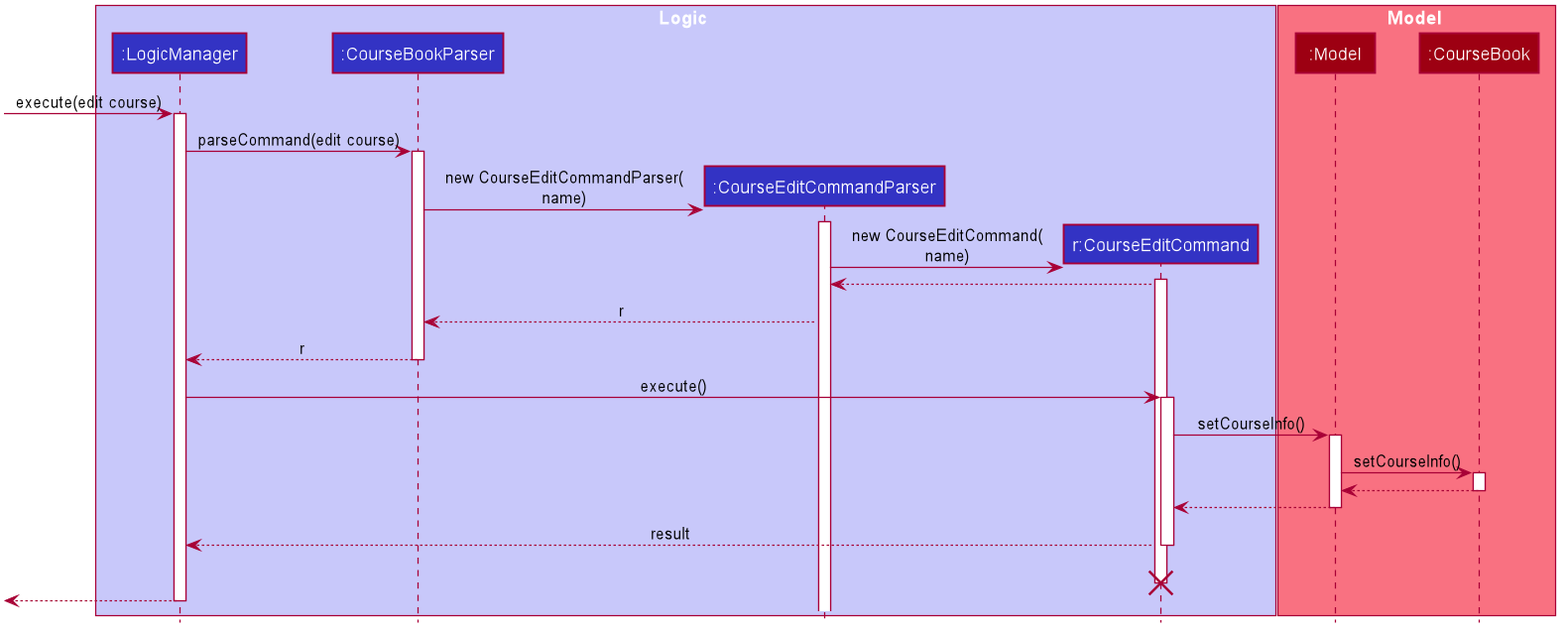
This is images/developer-guide/CourseEditSequenceDiagram.png from AY1920S2-CS2103T-F09-3/main, a PlantUML export, as it was before one commit. Source of this version:
```plantuml
@startuml









skinparam BackgroundColor #FFFFFFF

skinparam Shadowing false

skinparam Class {
    FontColor #FFFFFF
    BorderThickness 1
    BorderColor #FFFFFF
    StereotypeFontColor #FFFFFF
    FontName Arial
}

skinparam Actor {
    BorderColor #000000
    Color #000000
    FontName Arial
}

skinparam Sequence {
    MessageAlign center
    BoxFontSize 15
    BoxPadding 0
    BoxFontColor #FFFFFF
    FontName Arial
}

skinparam Participant {
    FontColor #FFFFFFF
    Padding 20
}

skinparam MinClassWidth 50
skinparam ParticipantPadding 10
skinparam Shadowing false
skinparam DefaultTextAlignment center
skinparam packageStyle Rectangle

hide footbox
hide members
hide circle

box Logic #C8C8FA
participant ":LogicManager" as LogicManager #3333C4
participant ":CourseBookParser" as CourseBookParser #3333C4
participant ":CourseEditCommandParser" as CourseEditCommandParser #3333C4
participant "r:CourseEditCommand" as CourseEditCommand #3333C4
end box

box Model #F97181
participant ":Model" as Model #9D0012
participant ":CourseBook" as CourseBook #9D0012
end box

[-> LogicManager : execute(edit course)
activate LogicManager

LogicManager -> CourseBookParser : parseCommand(edit course)
activate CourseBookParser

create CourseEditCommandParser
CourseBookParser -> CourseEditCommandParser : new CourseEditCommandParser(\nname)
activate CourseEditCommandParser

create CourseEditCommand
CourseEditCommandParser -> CourseEditCommand : new CourseEditCommand(\nname)
activate CourseEditCommand

CourseEditCommand --> CourseEditCommandParser
CourseEditCommandParser --> CourseBookParser : r

CourseBookParser --> LogicManager : r
deactivate CourseBookParser

LogicManager -> CourseEditCommand : execute()
activate CourseEditCommand

CourseEditCommand -> Model : setCourseInfo()
activate Model

Model -> CourseBook : setCourseInfo()
activate CourseBook

CourseBook --> Model
deactivate CourseBook

Model --> CourseEditCommand
deactivate Model

CourseEditCommand --> LogicManager : result
deactivate CourseEditCommand
CourseEditCommand -[hidden]-> LogicManager : result
destroy CourseEditCommand

[<--LogicManager
deactivate LogicManager
@enduml
```
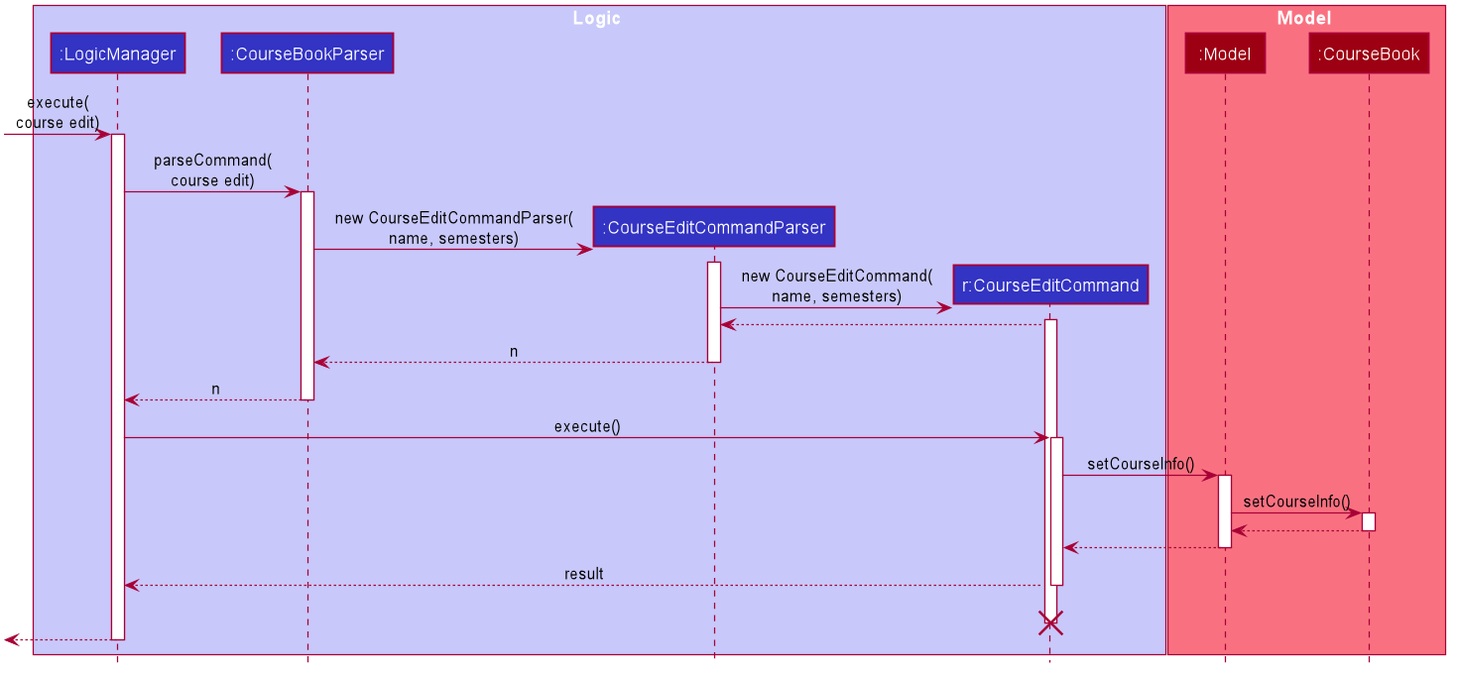
The same file after the commit.

What changed in the source:
```diff
@@ -1,4 +1,5 @@
 @startuml
+
 
 
 
@@ -61,24 +62,25 @@
 participant ":CourseBook" as CourseBook #9D0012
 end box
 
-[-> LogicManager : execute(edit course)
+[-> LogicManager : execute(\ncourse edit)
 activate LogicManager
 
-LogicManager -> CourseBookParser : parseCommand(edit course)
+LogicManager -> CourseBookParser : parseCommand(\ncourse edit)
 activate CourseBookParser
 
 create CourseEditCommandParser
-CourseBookParser -> CourseEditCommandParser : new CourseEditCommandParser(\nname)
+CourseBookParser -> CourseEditCommandParser : new CourseEditCommandParser(\nname, semesters)
 activate CourseEditCommandParser
 
 create CourseEditCommand
-CourseEditCommandParser -> CourseEditCommand : new CourseEditCommand(\nname)
+CourseEditCommandParser -> CourseEditCommand : new CourseEditCommand(\nname, semesters)
 activate CourseEditCommand
 
 CourseEditCommand --> CourseEditCommandParser
-CourseEditCommandParser --> CourseBookParser : r
+CourseEditCommandParser --> CourseBookParser : n
+deactivate CourseEditCommandParser
 
-CourseBookParser --> LogicManager : r
+CourseBookParser --> LogicManager : n
 deactivate CourseBookParser
 
 LogicManager -> CourseEditCommand : execute()
```
